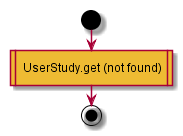
MaxXx1313/testwiki keeps this PlantUML diagram as test2/diagrams/UserStudy.GET.getActivity.png. Above is the earlier version. The source it was exported from:
```plantuml
@startuml
start
#eebb33: UserStudy.get (not found)|
end;
@enduml
```
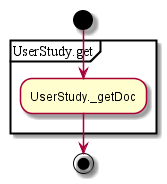
Above is the later version.

Change to the diagram source:
```diff
@@ -1,5 +1,7 @@
 @startuml
 start
-#eebb33: UserStudy.get (not found)|
+partition UserStudy.get {
+:UserStudy._getDoc;
+}
 end;
 @enduml
```
